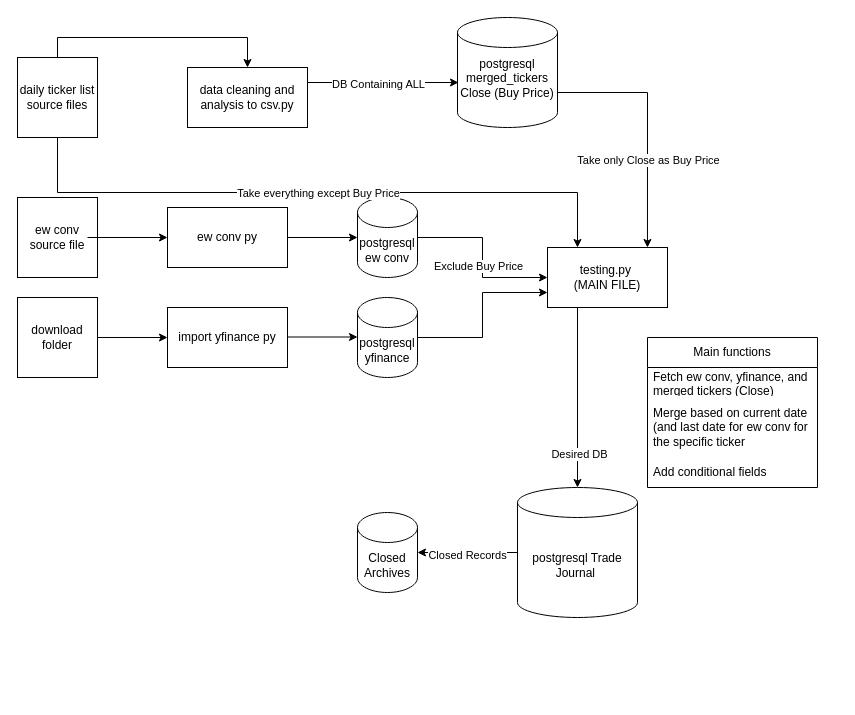
The draw.io diagram tickers6/workflow.drawio in osalmatar/quick-work, before the edit. Source tidied: cells renumbered, new cells numbered last; positions are measured from the earlier drawing's top-left corner, leaving out a move shared by most shapes. Both pictures are drawn from the tidied source at 100%, with x=0, y=0 at pixel (17, 17).
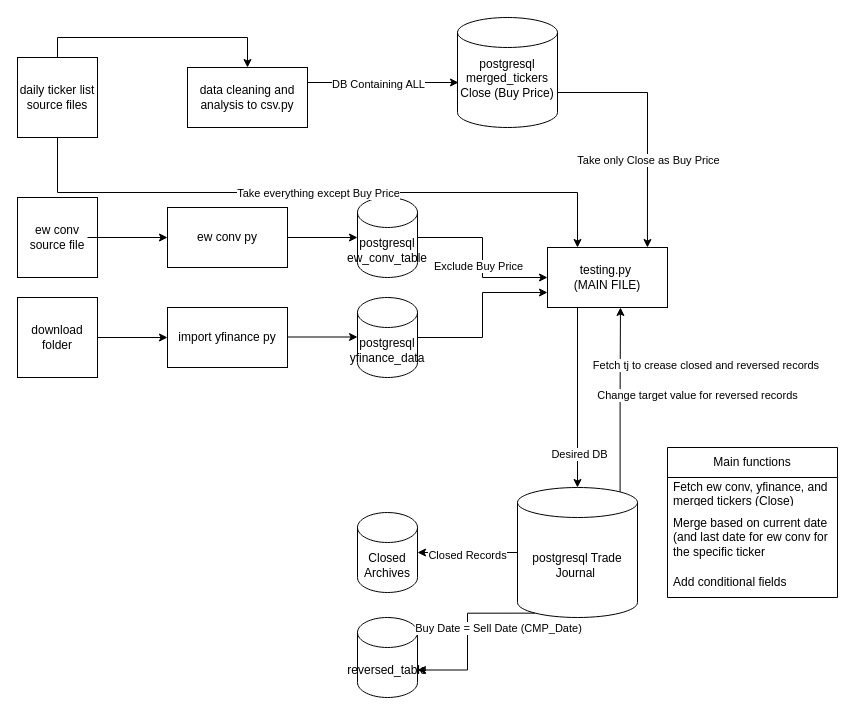
The same page after the edit.

The change refers to these unchanged cells:
```xml
<mxCell id="4" value="testing.py&amp;nbsp;&lt;div&gt;(MAIN FILE)&lt;/div&gt;" style="rounded=0;whiteSpace=wrap;html=1;" parent="1" vertex="1">
  <mxGeometry x="530" y="230" width="120" height="60" as="geometry" />
</mxCell>
<mxCell id="16" value="postgresql Trade Journal&amp;nbsp;" style="shape=cylinder3;whiteSpace=wrap;html=1;boundedLbl=1;backgroundOutline=1;size=15;" parent="1" vertex="1">
  <mxGeometry x="500" y="470" width="120" height="130" as="geometry" />
</mxCell>
```

Change to the diagram source:
```diff
@@
-    <mxCell id="9" value="postgresql ew conv" style="shape=cylinder3;whiteSpace=wrap;html=1;boundedLbl=1;backgroundOutline=1;size=15;" parent="1" vertex="1">
+    <mxCell id="9" value="postgresql ew_conv_table" style="shape=cylinder3;whiteSpace=wrap;html=1;boundedLbl=1;backgroundOutline=1;size=15;" parent="1" vertex="1">
       <mxGeometry x="340" y="180" width="60" height="80" as="geometry" />
     </mxCell>
@@
-    <mxCell id="11" value="postgresql yfinance" style="shape=cylinder3;whiteSpace=wrap;html=1;boundedLbl=1;backgroundOutline=1;size=15;" parent="1" vertex="1">
+    <mxCell id="11" value="postgresql yfinance_data" style="shape=cylinder3;whiteSpace=wrap;html=1;boundedLbl=1;backgroundOutline=1;size=15;" parent="1" vertex="1">
       <mxGeometry x="340" y="280" width="60" height="80" as="geometry" />
     </mxCell>
@@
     <mxCell id="17" value="Main functions" style="swimlane;fontStyle=0;horizontal=1;startSize=30;whiteSpace=wrap;html=1;" parent="1" vertex="1">
-      <mxGeometry x="630" y="320" width="170" height="150" as="geometry" />
+      <mxGeometry x="650" y="430" width="170" height="150" as="geometry" />
     </mxCell>
@@
+    <mxCell id="36" value="reversed_table" style="shape=cylinder3;whiteSpace=wrap;html=1;boundedLbl=1;backgroundOutline=1;size=15;" parent="1" vertex="1">
+      <mxGeometry x="340" y="600" width="60" height="80" as="geometry" />
+    </mxCell>
+    <mxCell id="37" style="edgeStyle=orthogonalEdgeStyle;rounded=0;jettySize=auto;html=1;exitX=0.145;exitY=1;exitDx=0;exitDy=-4.35;exitPerimeter=0;entryX=1;entryY=0;entryDx=0;entryDy=52.5;entryPerimeter=0;" parent="1" edge="1" source="16" target="36">
+      <mxGeometry relative="1" as="geometry" />
+    </mxCell>
+    <mxCell id="38" value="Buy Date = Sell Date (CMP_Date)" style="edgeLabel;html=1;align=center;verticalAlign=middle;" parent="37" vertex="1">
+      <mxGeometry x="-0.12" y="-1" relative="1" as="geometry">
+        <mxPoint x="31" y="5" as="offset" />
+      </mxGeometry>
+    </mxCell>
+    <mxCell id="39" style="edgeStyle=orthogonalEdgeStyle;rounded=0;jettySize=auto;html=1;exitX=0.855;exitY=0;exitDx=0;exitDy=4.35;exitPerimeter=0;entryX=0.608;entryY=1;entryDx=0;entryDy=0;entryPerimeter=0;" parent="1" edge="1" source="16" target="4">
+      <mxGeometry relative="1" as="geometry" />
+    </mxCell>
+    <mxCell id="40" value="Fetch tj to crease closed and reversed records&amp;nbsp;" style="edgeLabel;html=1;align=center;verticalAlign=middle;" parent="39" vertex="1">
+      <mxGeometry x="0.09" relative="1" as="geometry">
+        <mxPoint x="87" y="-26" as="offset" />
+      </mxGeometry>
+    </mxCell>
+    <mxCell id="41" value="Change target value for reversed records" style="edgeLabel;html=1;align=center;verticalAlign=middle;" parent="39" vertex="1">
+      <mxGeometry x="0.05" y="2" relative="1" as="geometry">
+        <mxPoint x="79" as="offset" />
+      </mxGeometry>
+    </mxCell>
```
